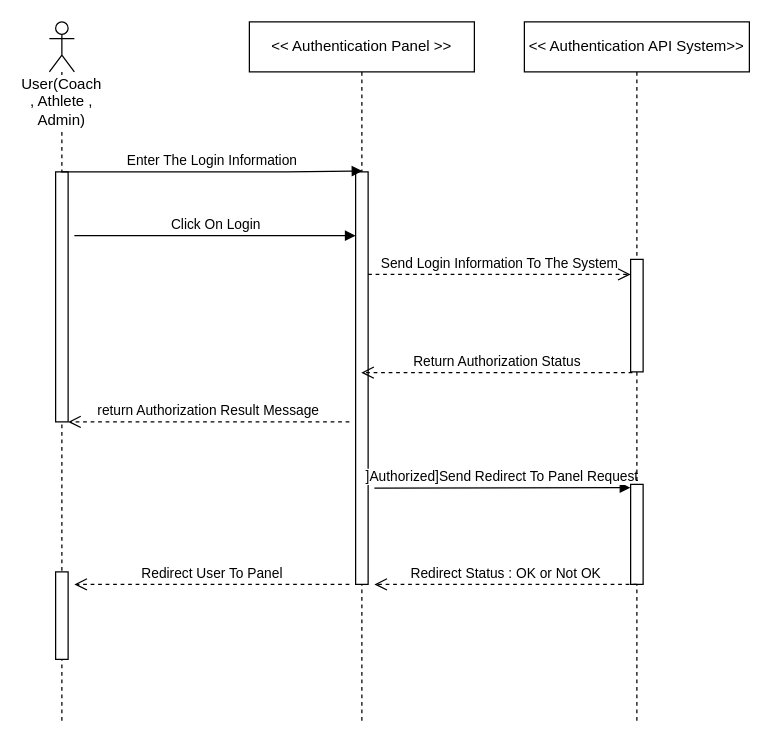
Earlier version of the draw.io diagram Behavioral Modeling/Login - Sequence Diagram.drawio (mmohajer9/sama-online-coaching-system). Source tidied: cells renumbered, new cells numbered last; positions are measured from the earlier drawing's top-left corner, leaving out a move shared by most shapes. Both pictures are drawn from the tidied source at 125%, with x=0, y=0 at pixel (49, 21).
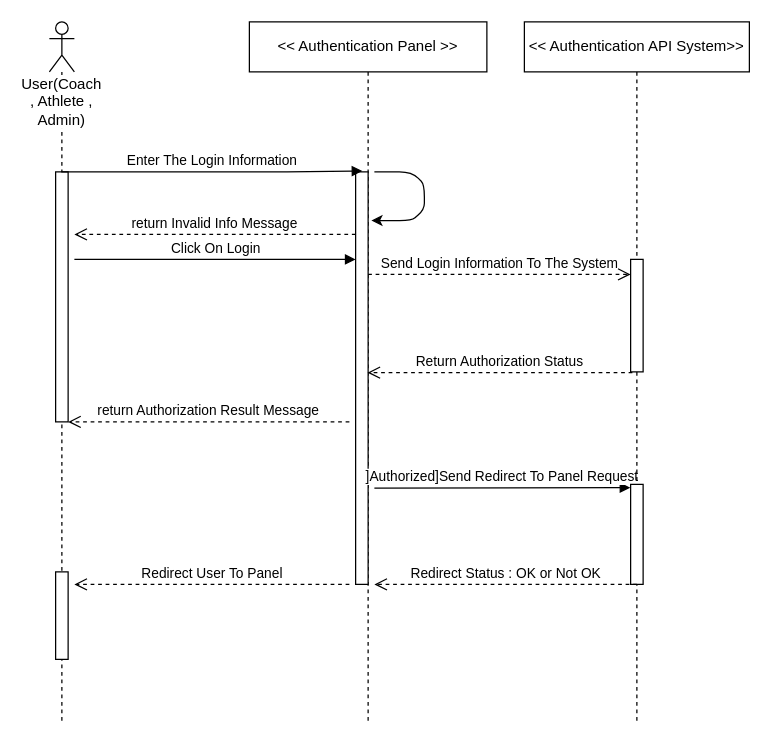
Above is the later version.

The change refers to these unchanged cells:
```xml
<mxCell id="6" style="html=1;points=[];perimeter=orthogonalPerimeter;" parent="5" vertex="1">
  <mxGeometry x="85" y="120" width="10" height="330" as="geometry" />
</mxCell>
```

What changed in the source:
```diff
@@
     <mxCell id="5" value="&amp;lt;&amp;lt; Authentication Panel &amp;gt;&amp;gt;" style="shape=umlLifeline;perimeter=lifelinePerimeter;whiteSpace=wrap;html=1;outlineConnect=0;" parent="1" vertex="1">
-      <mxGeometry x="160" width="180" height="560" as="geometry" />
+      <mxGeometry x="160" width="190" height="560" as="geometry" />
     </mxCell>
@@
+    <mxCell id="18" style="endArrow=classic;html=1;exitX=1.5;exitY=0;exitDx=0;exitDy=0;exitPerimeter=0;entryX=1.26;entryY=0.118;entryDx=0;entryDy=0;entryPerimeter=0;" parent="5" edge="1" source="6" target="6">
+      <mxGeometry relative="1" as="geometry">
+        <Array as="points">
+          <mxPoint x="130" y="120" />
+          <mxPoint x="140" y="130" />
+          <mxPoint x="140" y="150" />
+          <mxPoint x="130" y="159" />
+        </Array>
+      </mxGeometry>
+    </mxCell>
@@
     <mxCell id="12" value="Click On Login" style="html=1;verticalAlign=bottom;endArrow=block;" parent="1" edge="1" target="6">
       <mxGeometry relative="1" as="geometry">
-        <mxPoint x="20" y="171" as="sourcePoint" />
+        <mxPoint x="20" y="190" as="sourcePoint" />
+        <Array as="points">
+          <mxPoint x="130" y="190" />
+        </Array>
       </mxGeometry>
     </mxCell>
@@
+    <mxCell id="19" value="return Invalid Info Message" style="html=1;verticalAlign=bottom;endArrow=open;dashed=1;endSize=8;" parent="1" edge="1">
+      <mxGeometry relative="1" as="geometry">
+        <mxPoint x="245" y="170" as="sourcePoint" />
+        <mxPoint x="20" y="170" as="targetPoint" />
+      </mxGeometry>
+    </mxCell>
```
